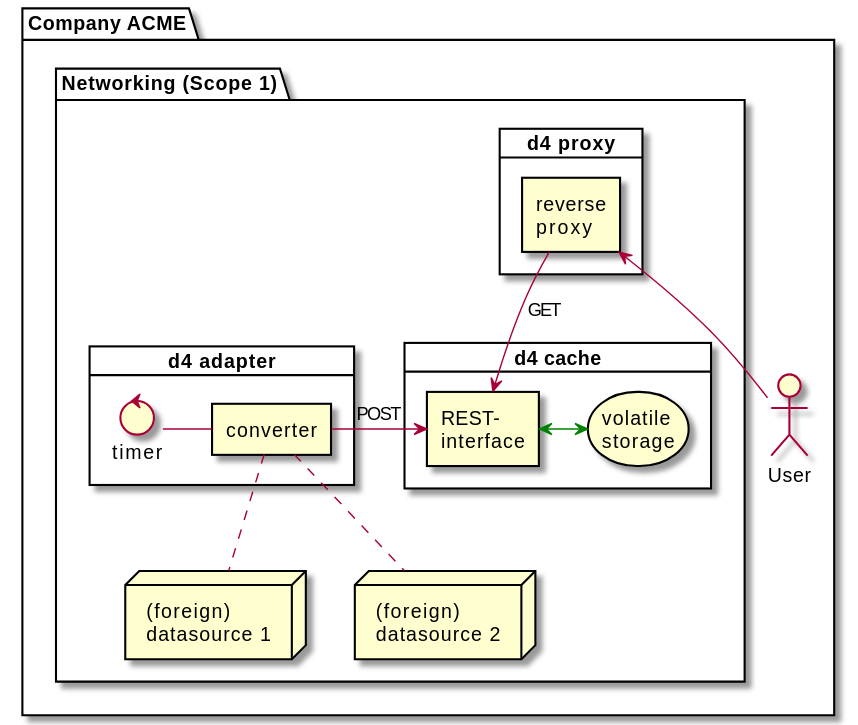
Above: docs/deployment/plantuml/pictures/compay_acme_min06.svg in smart-energy-di/d4 (PlantUML), before the change. The source it was exported from:
```plantuml
@startuml
!include include/d4_inc_scope.puml

package ca as "Company ACME" {
    $d4scope(ca, scp1, "Networking (Scope 1)", $show_ds1=true, $show_ds2=true, $show_ds3=false, $show_rproxy=true, $show_cache=true, $show_ui=false, $show_ui_user=false, $show_adpt=true)
    actor ca_scp1_d4_actor_rproxy as "User"
    ca_scp1_d4_prxy_conv <-- ca_scp1_d4_actor_rproxy

}

@enduml
```
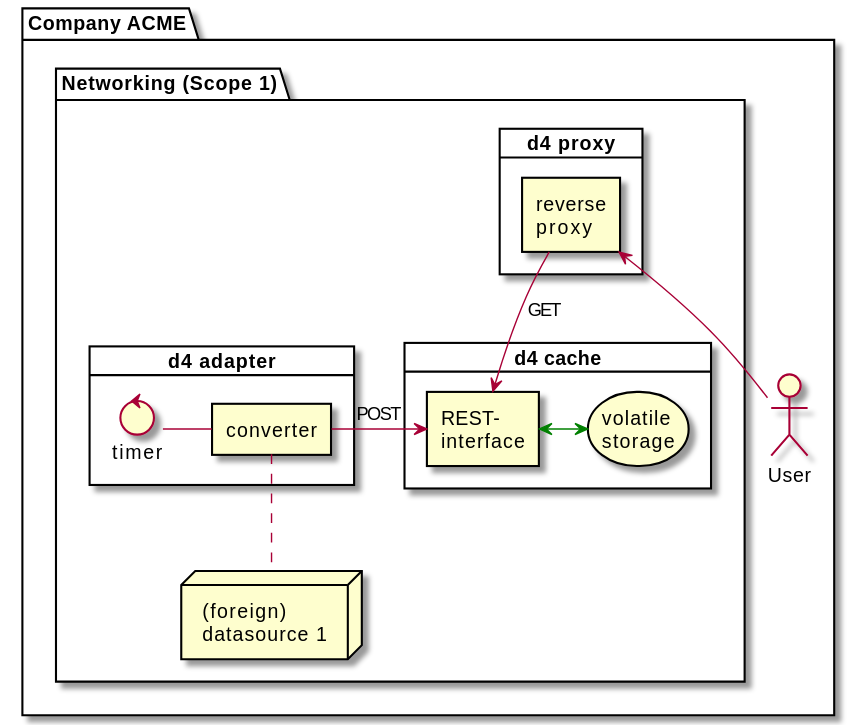
The same file after the commit.

Diff of the diagram source:
```diff
@@ -2,7 +2,7 @@
 !include include/d4_inc_scope.puml
 
 package ca as "Company ACME" {
-    $d4scope(ca, scp1, "Networking (Scope 1)", $show_ds1=true, $show_ds2=true, $show_ds3=false, $show_rproxy=true, $show_cache=true, $show_ui=false, $show_ui_user=false, $show_adpt=true)
+    $d4scope(ca, scp1, "Networking (Scope 1)", $show_ds1=true, $show_ds2=false, $show_ds3=false, $show_rproxy=true, $show_cache=true, $show_ui=false, $show_ui_user=false, $show_adpt=true)
     actor ca_scp1_d4_actor_rproxy as "User"
     ca_scp1_d4_prxy_conv <-- ca_scp1_d4_actor_rproxy
 
```
